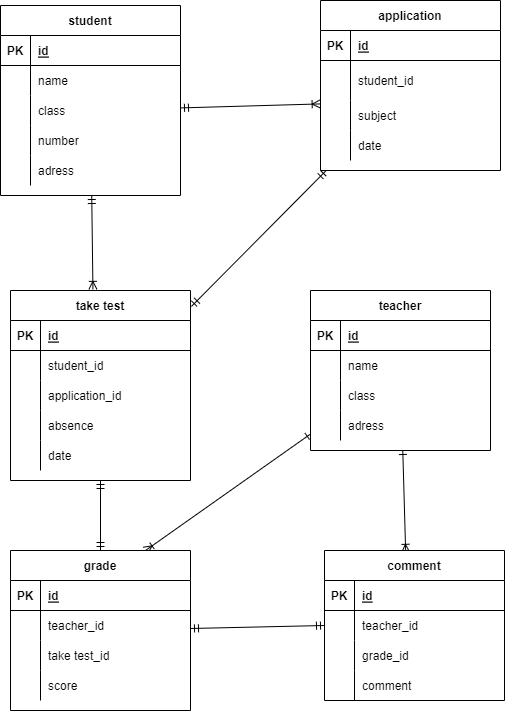
This is test.drawio.png from nezutti/database-design-test, a draw.io export, as it was before one commit. Source tidied: cells renumbered, new cells last; positions are measured from the earlier drawing's top-left corner, leaving out a move shared by most shapes.
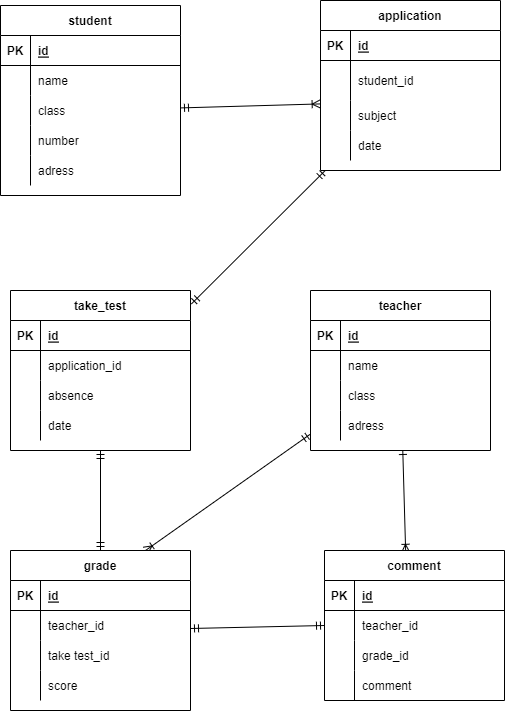
Above is the later version.

Change to the diagram source:
```diff
@@ -44,9 +44,6 @@
     <mxCell id="15" value="date" style="shape=partialRectangle;fillColor=none;top=0;left=0;bottom=0;right=0;align=left;spacingLeft=6;overflow=hidden;" parent="13" vertex="1">
       <mxGeometry x="30" width="150" height="30" as="geometry" />
     </mxCell>
-    <mxCell id="16" style="edgeStyle=none;html=1;entryX=0.458;entryY=-0.006;entryDx=0;entryDy=0;entryPerimeter=0;startArrow=ERmandOne;startFill=0;endArrow=ERoneToMany;endFill=0;" parent="1" edge="1" source="17" target="34">
-      <mxGeometry relative="1" as="geometry" />
-    </mxCell>
     <mxCell id="17" value="student" style="shape=table;startSize=30;rowLines=0;fontStyle=1;align=center;" parent="1" vertex="1">
       <mxGeometry y="5" width="180" height="190" as="geometry" />
     </mxCell>
@@ -98,8 +95,8 @@
     <mxCell id="33" style="edgeStyle=none;html=1;entryX=0.5;entryY=0;entryDx=0;entryDy=0;startArrow=ERmandOne;startFill=0;endArrow=ERmandOne;endFill=0;" parent="1" edge="1" source="34" target="79">
       <mxGeometry relative="1" as="geometry" />
     </mxCell>
-    <mxCell id="34" value="take test" style="shape=table;startSize=30;rowLines=0;fontStyle=1;align=center;" parent="1" vertex="1">
-      <mxGeometry x="10" y="290" width="180" height="190" as="geometry" />
+    <mxCell id="34" value="take_test" style="shape=table;startSize=30;rowLines=0;fontStyle=1;align=center;" parent="1" vertex="1">
+      <mxGeometry x="10" y="290" width="180" height="160" as="geometry" />
     </mxCell>
     <mxCell id="35" style="shape=partialRectangle;fillColor=none;top=0;left=0;bottom=1;right=0;" parent="34" vertex="1">
       <mxGeometry y="30" width="180" height="30" as="geometry" />
@@ -110,17 +107,8 @@
     <mxCell id="37" value="id" style="shape=partialRectangle;fillColor=none;top=0;left=0;bottom=0;right=0;align=left;spacingLeft=6;fontStyle=5;overflow=hidden;" parent="35" vertex="1">
       <mxGeometry x="30" width="150" height="30" as="geometry" />
     </mxCell>
-    <mxCell id="38" style="shape=partialRectangle;fillColor=none;top=0;left=0;bottom=0;right=0;" parent="34" vertex="1">
-      <mxGeometry y="60" width="180" height="30" as="geometry" />
-    </mxCell>
-    <mxCell id="39" style="shape=partialRectangle;fillColor=none;top=0;left=0;bottom=0;right=0;overflow=hidden;" parent="38" vertex="1">
-      <mxGeometry width="30" height="30" as="geometry" />
-    </mxCell>
-    <mxCell id="40" value="student_id" style="shape=partialRectangle;fillColor=none;top=0;left=0;bottom=0;right=0;align=left;spacingLeft=6;overflow=hidden;" parent="38" vertex="1">
-      <mxGeometry x="30" width="150" height="30" as="geometry" />
-    </mxCell>
     <mxCell id="41" style="shape=partialRectangle;fillColor=none;top=0;left=0;bottom=0;right=0;" parent="34" vertex="1">
-      <mxGeometry y="90" width="180" height="30" as="geometry" />
+      <mxGeometry y="60" width="180" height="30" as="geometry" />
     </mxCell>
     <mxCell id="42" style="shape=partialRectangle;fillColor=none;top=0;left=0;bottom=0;right=0;overflow=hidden;" parent="41" vertex="1">
       <mxGeometry width="30" height="30" as="geometry" />
@@ -129,7 +117,7 @@
       <mxGeometry x="30" width="150" height="30" as="geometry" />
     </mxCell>
     <mxCell id="44" style="shape=partialRectangle;fillColor=none;top=0;left=0;bottom=0;right=0;" parent="34" vertex="1">
-      <mxGeometry y="120" width="180" height="30" as="geometry" />
+      <mxGeometry y="90" width="180" height="30" as="geometry" />
     </mxCell>
     <mxCell id="45" style="shape=partialRectangle;fillColor=none;top=0;left=0;bottom=0;right=0;overflow=hidden;" parent="44" vertex="1">
       <mxGeometry width="30" height="30" as="geometry" />
@@ -138,7 +126,7 @@
       <mxGeometry x="30" width="150" height="30" as="geometry" />
     </mxCell>
     <mxCell id="47" style="shape=partialRectangle;fillColor=none;top=0;left=0;bottom=0;right=0;" parent="34" vertex="1">
-      <mxGeometry y="150" width="180" height="30" as="geometry" />
+      <mxGeometry y="120" width="180" height="30" as="geometry" />
     </mxCell>
     <mxCell id="48" style="shape=partialRectangle;fillColor=none;top=0;left=0;bottom=0;right=0;overflow=hidden;" parent="47" vertex="1">
       <mxGeometry width="30" height="30" as="geometry" />
@@ -149,9 +137,9 @@
     <mxCell id="50" style="edgeStyle=none;html=1;entryX=0.451;entryY=0.012;entryDx=0;entryDy=0;entryPerimeter=0;startArrow=ERone;startFill=0;endArrow=ERoneToMany;endFill=0;" parent="1" edge="1" source="52" target="65">
       <mxGeometry relative="1" as="geometry" />
     </mxCell>
-    <mxCell id="51" style="edgeStyle=none;html=1;entryX=0.75;entryY=0;entryDx=0;entryDy=0;startArrow=ERone;startFill=0;endArrow=ERoneToMany;endFill=0;" parent="1" edge="1" source="52" target="79">
-      <mxGeometry relative="1" as="geometry" />
-    </mxCell>
+    <mxCell id="40" style="edgeStyle=none;html=1;entryX=0.75;entryY=0;entryDx=0;entryDy=0;startArrow=ERmandOne;startFill=0;endArrow=ERoneToMany;endFill=0;" parent="1" edge="1" source="52" target="79">
+      <mxGeometry relative="1" as="geometry" />
+    </mxCell>
     <mxCell id="52" value="teacher" style="shape=table;startSize=30;rowLines=0;fontStyle=1;align=center;fillColor=default;gradientColor=none;gradientDirection=north;" parent="1" vertex="1">
       <mxGeometry x="310" y="290" width="180" height="160" as="geometry" />
     </mxCell>
```
